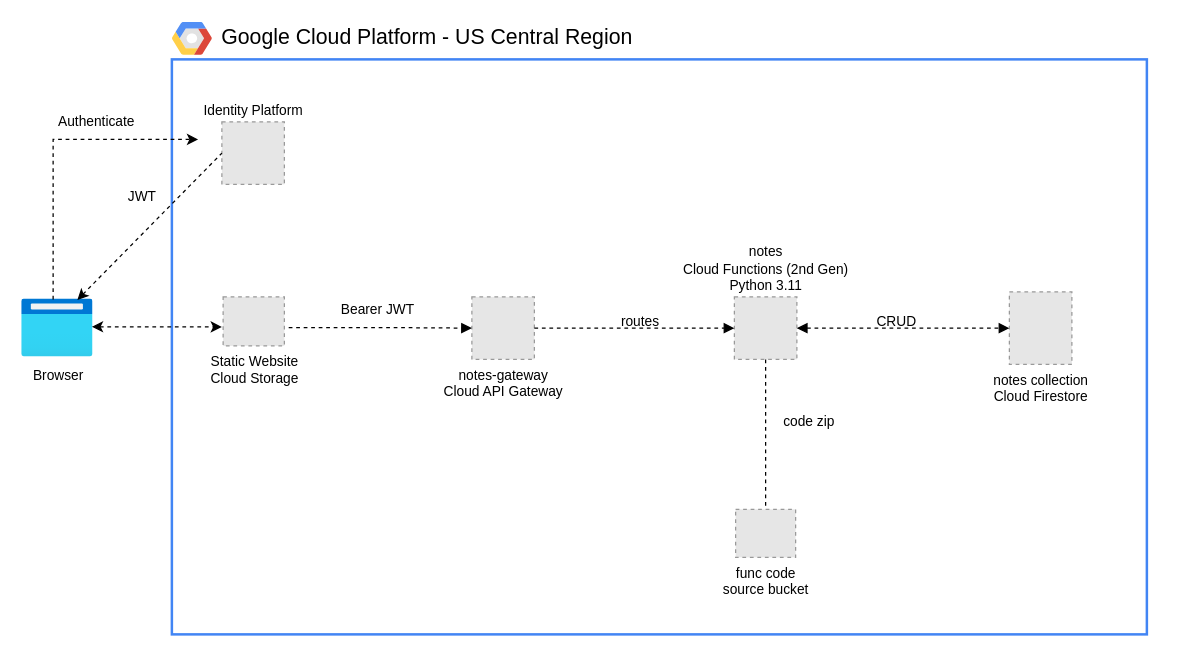
Earlier version of the draw.io diagram gcp-identity-app.drawio (mamonaco1973/gcp-identity-app). Source tidied: cells renumbered, new cells numbered last; positions are measured from the earlier drawing's top-left corner, leaving out a move shared by most shapes. Both pictures are drawn from the tidied source at 125%, with x=0, y=0 at pixel (21, 21). Pictures stored in the file or linked from it are replaced by grey dashed boxes.
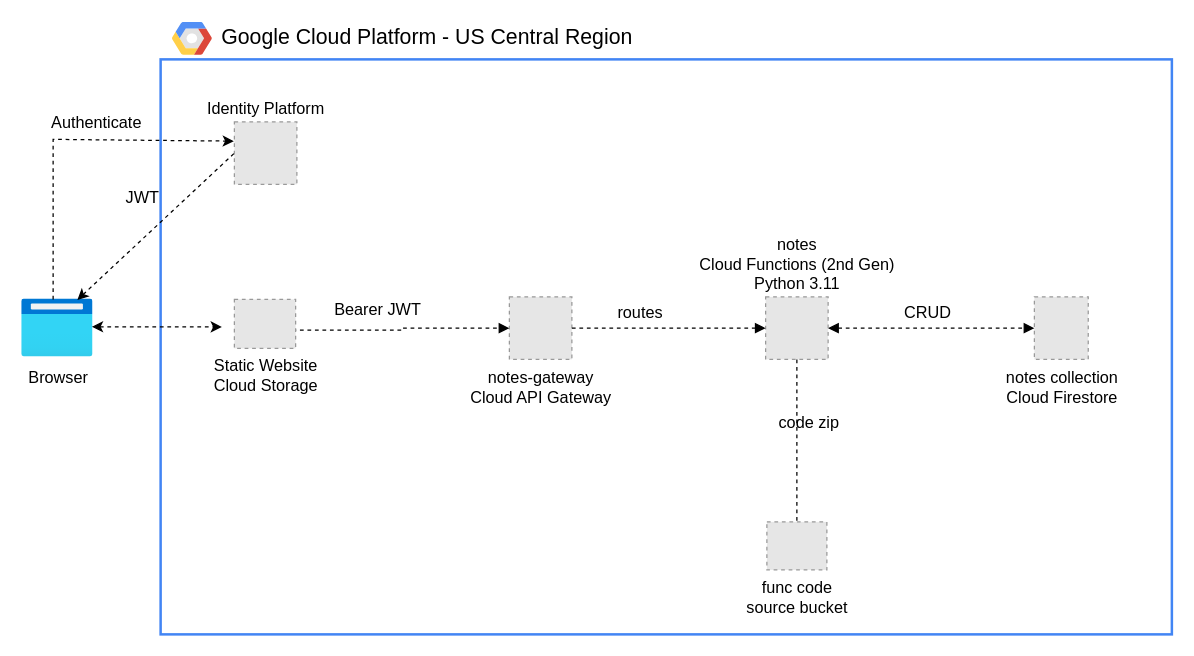
After the change.

What changed in the source:
```diff
@@
-    <mxCell id="2" style="whiteSpace=wrap;fillColor=none;rounded=0;labelBackgroundColor=none;fontColor=none;noLabel=1;strokeColor=#4285F4;strokeWidth=2;dashed=0;" parent="1" vertex="1">
-      <mxGeometry x="120" y="30" width="780" height="460" as="geometry" />
+    <mxCell id="2" value="d" style="whiteSpace=wrap;fillColor=none;rounded=0;labelBackgroundColor=none;fontColor=none;noLabel=1;strokeColor=#4285F4;strokeWidth=2;dashed=0;fontSize=13;" parent="1" vertex="1">
+      <mxGeometry x="111" y="30" width="809" height="460" as="geometry" />
     </mxCell>
@@
-    <mxCell id="4" value="Browser" style="image;html=1;points=[];align=center;fontSize=11;image=img/lib/azure2/general/Browser.svg;labelBackgroundColor=none;verticalLabelPosition=bottom;verticalAlign=top;" parent="1" vertex="1">
+    <mxCell id="4" value="Browser" style="image;html=1;points=[];align=center;fontSize=13;image=img/lib/azure2/general/Browser.svg;labelBackgroundColor=none;verticalLabelPosition=bottom;verticalAlign=top;" parent="1" vertex="1">
       <mxGeometry y="220" width="57" height="50" as="geometry" />
     </mxCell>
-    <mxCell id="5" value="Identity Platform" style="fillColor=#E6E6E6;strokeColor=#999999;dashed=1;html=1;verticalLabelPosition=top;labelBackgroundColor=none;verticalAlign=bottom;fontStyle=0;fontColor=#000000;fontSize=11;align=center;labelPosition=center;" parent="1" vertex="1">
-      <mxGeometry x="160" y="80" width="50" height="50" as="geometry" />
+    <mxCell id="5" value="Identity Platform" style="fillColor=#E6E6E6;strokeColor=#999999;dashed=1;html=1;verticalLabelPosition=top;labelBackgroundColor=none;verticalAlign=bottom;fontStyle=0;fontColor=#000000;fontSize=13;align=center;labelPosition=center;" parent="1" vertex="1">
+      <mxGeometry x="170" y="80" width="50" height="50" as="geometry" />
     </mxCell>
-    <mxCell id="6" value="notes-gateway&#10;Cloud API Gateway" style="fillColor=#E6E6E6;strokeColor=#999999;dashed=1;html=1;verticalLabelPosition=bottom;labelBackgroundColor=none;verticalAlign=top;fontStyle=0;fontColor=#000000;fontSize=11;align=center;" parent="1" vertex="1">
-      <mxGeometry x="360" y="220" width="50" height="50" as="geometry" />
+    <mxCell id="6" value="notes-gateway&#10;Cloud API Gateway" style="fillColor=#E6E6E6;strokeColor=#999999;dashed=1;html=1;verticalLabelPosition=bottom;labelBackgroundColor=none;verticalAlign=top;fontStyle=0;fontColor=#000000;fontSize=13;align=center;" parent="1" vertex="1">
+      <mxGeometry x="390" y="220" width="50" height="50" as="geometry" />
     </mxCell>
-    <mxCell id="7" value="notes&#10;Cloud Functions (2nd Gen)&#10;Python 3.11" style="fillColor=#E6E6E6;strokeColor=#999999;dashed=1;html=1;verticalLabelPosition=top;labelBackgroundColor=none;verticalAlign=bottom;fontStyle=0;fontColor=#000000;fontSize=11;align=center;labelPosition=center;" parent="1" vertex="1">
-      <mxGeometry x="570" y="220" width="50" height="50" as="geometry" />
+    <mxCell id="7" value="notes&#10;Cloud Functions (2nd Gen)&#10;Python 3.11" style="fillColor=#E6E6E6;strokeColor=#999999;dashed=1;html=1;verticalLabelPosition=top;labelBackgroundColor=none;verticalAlign=bottom;fontStyle=0;fontColor=#000000;fontSize=13;align=center;labelPosition=center;" parent="1" vertex="1">
+      <mxGeometry x="595" y="220" width="50" height="50" as="geometry" />
     </mxCell>
-    <mxCell id="8" value="notes collection&#10;Cloud Firestore" style="fillColor=#E6E6E6;strokeColor=#999999;dashed=1;html=1;verticalLabelPosition=bottom;labelBackgroundColor=none;verticalAlign=top;fontStyle=0;fontColor=#000000;fontSize=11;align=center;" parent="1" vertex="1">
-      <mxGeometry x="790" y="216" width="50" height="58" as="geometry" />
+    <mxCell id="8" value="notes collection&#10;Cloud Firestore" style="fillColor=#E6E6E6;strokeColor=#999999;dashed=1;html=1;verticalLabelPosition=bottom;labelBackgroundColor=none;verticalAlign=top;fontStyle=0;fontColor=#000000;fontSize=13;align=center;" parent="1" vertex="1">
+      <mxGeometry x="810" y="220" width="43.1" height="50" as="geometry" />
     </mxCell>
-    <mxCell id="9" value="func code&#10;source bucket" style="fillColor=#E6E6E6;strokeColor=#999999;dashed=1;html=1;verticalLabelPosition=bottom;labelBackgroundColor=none;verticalAlign=top;fontStyle=0;fontColor=#000000;fontSize=11;align=center;" parent="1" vertex="1">
-      <mxGeometry x="571" y="390" width="48" height="38.4" as="geometry" />
+    <mxCell id="9" value="func code&#10;source bucket" style="fillColor=#E6E6E6;strokeColor=#999999;dashed=1;html=1;verticalLabelPosition=bottom;labelBackgroundColor=none;verticalAlign=top;fontStyle=0;fontColor=#000000;fontSize=13;align=center;" parent="1" vertex="1">
+      <mxGeometry x="596" y="400" width="48" height="38.4" as="geometry" />
     </mxCell>
-    <mxCell id="10" value="Authenticate" style="text;html=1;strokeColor=none;fillColor=none;align=center;verticalAlign=middle;whiteSpace=wrap;fontSize=11;" parent="1" vertex="1">
+    <mxCell id="10" value="&lt;font style=&quot;font-size: 13px;&quot;&gt;Authenticate&lt;/font&gt;" style="text;html=1;strokeColor=none;fillColor=none;align=center;verticalAlign=middle;whiteSpace=wrap;fontSize=11;" parent="1" vertex="1">
       <mxGeometry y="70" width="120" height="20" as="geometry" />
     </mxCell>
@@
-    <mxCell id="12" value="Bearer JWT" style="text;html=1;strokeColor=none;fillColor=none;align=center;verticalAlign=middle;whiteSpace=wrap;fontSize=11;dashed=1;" parent="1" vertex="1">
+    <mxCell id="12" value="Bearer JWT" style="text;html=1;strokeColor=none;fillColor=none;align=center;verticalAlign=middle;whiteSpace=wrap;fontSize=13;dashed=1;" parent="1" vertex="1">
       <mxGeometry x="240" y="220" width="90" height="20" as="geometry" />
     </mxCell>
@@
-    <mxCell id="14" value="routes" style="text;html=1;strokeColor=none;fillColor=none;align=center;verticalAlign=middle;whiteSpace=wrap;fontSize=11;" parent="1" vertex="1">
-      <mxGeometry x="440" y="230" width="110" height="20" as="geometry" />
+    <mxCell id="14" value="routes" style="text;html=1;strokeColor=none;fillColor=none;align=center;verticalAlign=middle;whiteSpace=wrap;fontSize=13;" parent="1" vertex="1">
+      <mxGeometry x="440" y="222" width="110" height="20" as="geometry" />
     </mxCell>
@@
-    <mxCell id="16" value="CRUD" style="text;html=1;strokeColor=none;fillColor=none;align=center;verticalAlign=middle;whiteSpace=wrap;fontSize=11;" parent="1" vertex="1">
-      <mxGeometry x="645" y="230" width="110" height="20" as="geometry" />
+    <mxCell id="16" value="CRUD" style="text;html=1;strokeColor=none;fillColor=none;align=center;verticalAlign=middle;whiteSpace=wrap;fontSize=13;" parent="1" vertex="1">
+      <mxGeometry x="670" y="222" width="110" height="20" as="geometry" />
     </mxCell>
@@
-    <mxCell id="18" value="code zip" style="text;html=1;strokeColor=none;fillColor=none;align=center;verticalAlign=middle;whiteSpace=wrap;fontSize=11;" parent="1" vertex="1">
+    <mxCell id="18" value="&lt;font style=&quot;font-size: 13px;&quot;&gt;code zip&lt;/font&gt;" style="text;html=1;strokeColor=none;fillColor=none;align=center;verticalAlign=middle;whiteSpace=wrap;fontSize=11;" parent="1" vertex="1">
       <mxGeometry x="600" y="310" width="60" height="20" as="geometry" />
     </mxCell>
-    <mxCell id="19" style="endArrow=classic;html=1;rounded=0;exitX=0.487;exitY=0.067;exitDx=0;exitDy=0;exitPerimeter=0;dashed=1;" parent="1" edge="1">
+    <mxCell id="19" style="endArrow=classic;html=1;rounded=0;exitX=0.487;exitY=0.067;exitDx=0;exitDy=0;exitPerimeter=0;dashed=1;entryX=-0.008;entryY=0.308;entryDx=0;entryDy=0;entryPerimeter=0;" parent="1" edge="1" target="5">
       <mxGeometry relative="1" as="geometry">
         <mxPoint x="25" y="222" as="sourcePoint" />
-        <mxPoint x="141" y="94" as="targetPoint" />
         <Array as="points">
           <mxPoint x="25" y="94" />
         </Array>
       </mxGeometry>
     </mxCell>
-    <mxCell id="20" value="Static Website&lt;div&gt;Cloud Storage&lt;/div&gt;" style="fillColor=#E6E6E6;strokeColor=#999999;dashed=1;html=1;verticalLabelPosition=bottom;labelBackgroundColor=none;verticalAlign=top;fontStyle=0;fontColor=#000000;fontSize=11;align=center;" parent="1" vertex="1">
-      <mxGeometry x="161" y="220" width="49" height="39.2" as="geometry" />
+    <mxCell id="20" value="Static Website&lt;div&gt;Cloud Storage&lt;/div&gt;" style="fillColor=#E6E6E6;strokeColor=#999999;dashed=1;html=1;verticalLabelPosition=bottom;labelBackgroundColor=none;verticalAlign=top;fontStyle=0;fontColor=#000000;fontSize=13;align=center;" parent="1" vertex="1">
+      <mxGeometry x="170" y="222" width="49" height="39.2" as="geometry" />
     </mxCell>
@@
-    <mxCell id="23" value="&amp;nbsp;JWT" style="text;html=1;strokeColor=none;fillColor=none;align=center;verticalAlign=middle;whiteSpace=wrap;fontSize=11;dashed=1;" parent="1" vertex="1">
+    <mxCell id="23" value="&amp;nbsp;JWT" style="text;html=1;strokeColor=none;fillColor=none;align=center;verticalAlign=middle;whiteSpace=wrap;fontSize=13;dashed=1;" parent="1" vertex="1">
       <mxGeometry x="50" y="130" width="90" height="20" as="geometry" />
     </mxCell>
```
